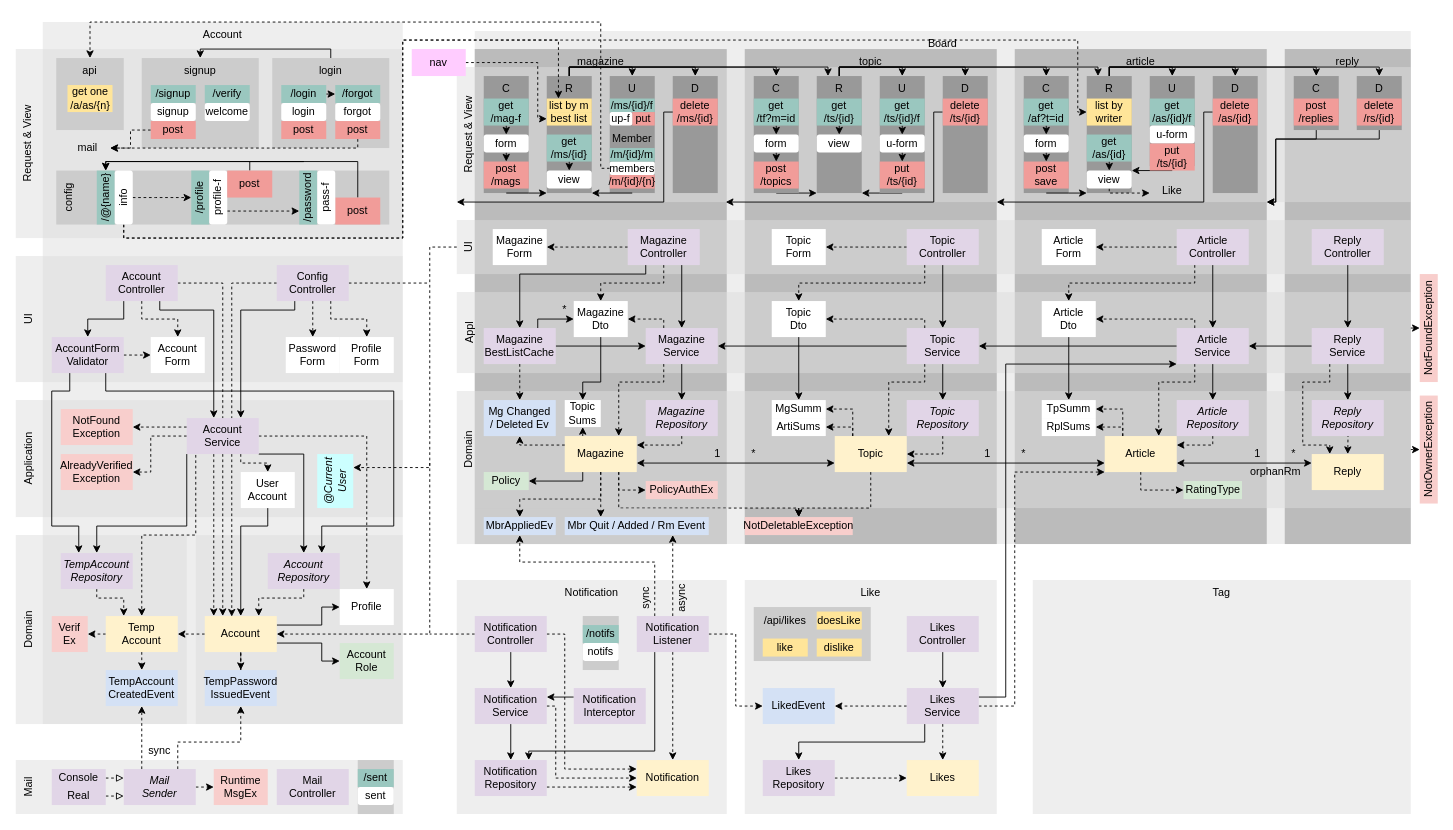
The draw.io diagram diagram.drawio in suloginscene/dinner, before the edit. Source tidied: cells renumbered, new cells numbered last; positions are measured from the earlier drawing's top-left corner, leaving out a move shared by most shapes. Both pictures are drawn from the tidied source at 90%, with x=0, y=0 at pixel (15, 22).
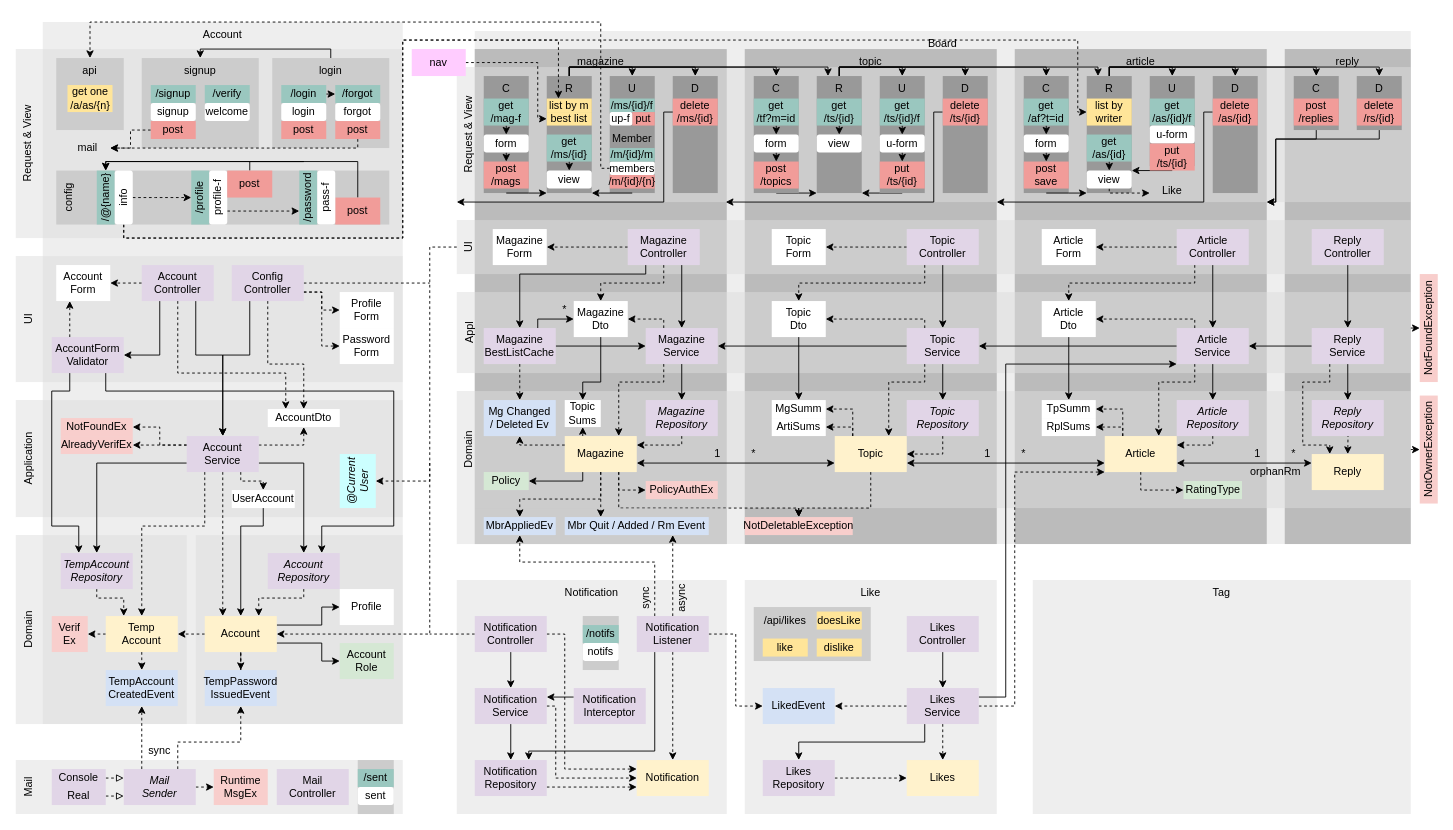
The same diagram, later.

Commit message (it also covers changes not shown here):
[#4] refactor: Account dto

The change refers to these unchanged cells:
```xml
<mxCell id="17" value="UI" style="rounded=0;whiteSpace=wrap;html=1;verticalAlign=top;fillColor=#DDDDDD;strokeColor=none;align=center;horizontal=0;opacity=50;" parent="1" vertex="1">
  <mxGeometry x="490" y="220" width="1060" height="60" as="geometry" />
</mxCell>
<mxCell id="27" value="AccountForm&lt;br&gt;Validator" style="rounded=0;whiteSpace=wrap;html=1;strokeColor=none;fillColor=#E1D5E7;" parent="1" vertex="1">
  <mxGeometry x="40" y="350" width="80" height="40" as="geometry" />
</mxCell>
<mxCell id="32" value="Account" style="rounded=0;whiteSpace=wrap;html=1;strokeColor=none;fillColor=#FFF2CC;" parent="1" vertex="1">
  <mxGeometry x="210" y="660" width="80" height="40" as="geometry" />
</mxCell>
<mxCell id="34" value="&lt;span&gt;Account&lt;br&gt;Repository&lt;/span&gt;" style="rounded=0;whiteSpace=wrap;html=1;strokeColor=none;fillColor=#E1D5E7;fontStyle=2;" parent="1" vertex="1">
  <mxGeometry x="280" y="590" width="80" height="40" as="geometry" />
</mxCell>
<mxCell id="37" value="Temp&lt;br&gt;Account" style="rounded=0;whiteSpace=wrap;html=1;strokeColor=none;fillColor=#FFF2CC;" parent="1" vertex="1">
  <mxGeometry x="100" y="660" width="80" height="40" as="geometry" />
</mxCell>
<mxCell id="39" value="&lt;span&gt;TempAccount&lt;br&gt;Repository&lt;/span&gt;" style="rounded=0;whiteSpace=wrap;html=1;strokeColor=none;fillColor=#E1D5E7;fontStyle=2;" parent="1" vertex="1">
  <mxGeometry x="50" y="590" width="80" height="40" as="geometry" />
</mxCell>
<mxCell id="170" value="Profile" style="rounded=0;whiteSpace=wrap;html=1;strokeColor=none;" parent="1" vertex="1">
  <mxGeometry x="360" y="630" width="60" height="40" as="geometry" />
</mxCell>
```

The edit, as a diff of the source:
```diff
@@
     <mxCell id="23" value="Account&lt;br&gt;Form" style="rounded=0;whiteSpace=wrap;html=1;strokeColor=none;" parent="1" vertex="1">
-      <mxGeometry x="150" y="350" width="60" height="40" as="geometry" />
+      <mxGeometry x="45" y="270" width="60" height="40" as="geometry" />
     </mxCell>
-    <mxCell id="24" style="edgeStyle=orthogonalEdgeStyle;rounded=0;jettySize=auto;html=1;exitX=1;exitY=0.5;exitDx=0;exitDy=0;entryX=0;entryY=0.5;entryDx=0;entryDy=0;dashed=1;" parent="1" edge="1" source="27" target="23">
-      <mxGeometry relative="1" as="geometry" />
-    </mxCell>
@@
+    <mxCell id="24" style="edgeStyle=orthogonalEdgeStyle;rounded=0;jettySize=auto;html=1;exitX=0.25;exitY=0;exitDx=0;exitDy=0;entryX=0.25;entryY=1;entryDx=0;entryDy=0;dashed=1;" parent="1" edge="1" source="27" target="23">
+      <mxGeometry relative="1" as="geometry" />
+    </mxCell>
@@
-    <mxCell id="41" style="edgeStyle=orthogonalEdgeStyle;rounded=0;jettySize=auto;html=1;exitX=0.75;exitY=1;exitDx=0;exitDy=0;" parent="1" edge="1" source="45" target="289">
+    <mxCell id="41" style="edgeStyle=orthogonalEdgeStyle;rounded=0;jettySize=auto;html=1;exitX=0.75;exitY=1;exitDx=0;exitDy=0;entryX=0.5;entryY=0;entryDx=0;entryDy=0;" parent="1" edge="1" source="45" target="289">
       <mxGeometry relative="1" as="geometry">
         <Array as="points">
-          <mxPoint x="160" y="320" />
-          <mxPoint x="220" y="320" />
+          <mxPoint x="200" y="370" />
+          <mxPoint x="230" y="370" />
         </Array>
       </mxGeometry>
     </mxCell>
-    <mxCell id="42" style="edgeStyle=orthogonalEdgeStyle;rounded=0;jettySize=auto;html=1;exitX=0.25;exitY=1;exitDx=0;exitDy=0;entryX=0.5;entryY=0;entryDx=0;entryDy=0;" parent="1" edge="1" source="45" target="27">
+    <mxCell id="42" style="edgeStyle=orthogonalEdgeStyle;rounded=0;jettySize=auto;html=1;exitX=0.25;exitY=1;exitDx=0;exitDy=0;entryX=1;entryY=0.5;entryDx=0;entryDy=0;" parent="1" edge="1" source="45" target="27">
       <mxGeometry relative="1" as="geometry">
         <Array as="points">
-          <mxPoint x="120" y="330" />
-          <mxPoint x="80" y="330" />
+          <mxPoint x="160" y="370" />
         </Array>
       </mxGeometry>
     </mxCell>
-    <mxCell id="43" style="edgeStyle=orthogonalEdgeStyle;rounded=0;jettySize=auto;html=1;exitX=0.5;exitY=1;exitDx=0;exitDy=0;dashed=1;entryX=0.5;entryY=0;entryDx=0;entryDy=0;" parent="1" edge="1" source="45" target="23">
-      <mxGeometry relative="1" as="geometry">
-        <Array as="points">
-          <mxPoint x="140" y="330" />
-          <mxPoint x="180" y="330" />
-        </Array>
-      </mxGeometry>
+    <mxCell id="43" style="edgeStyle=orthogonalEdgeStyle;rounded=0;jettySize=auto;html=1;exitX=0;exitY=0.5;exitDx=0;exitDy=0;entryX=1;entryY=0.5;entryDx=0;entryDy=0;dashed=1;" parent="1" edge="1" source="45" target="23">
+      <mxGeometry relative="1" as="geometry" />
     </mxCell>
-    <mxCell id="44" style="edgeStyle=orthogonalEdgeStyle;rounded=0;jettySize=auto;html=1;exitX=1;exitY=0.5;exitDx=0;exitDy=0;entryX=0.25;entryY=0;entryDx=0;entryDy=0;dashed=1;" parent="1" edge="1" source="45" target="32">
-      <mxGeometry relative="1" as="geometry" />
-    </mxCell>
+    <mxCell id="353" style="edgeStyle=orthogonalEdgeStyle;rounded=0;jettySize=auto;html=1;exitX=0.5;exitY=1;exitDx=0;exitDy=0;entryX=0.25;entryY=0;entryDx=0;entryDy=0;dashed=1;" parent="1" edge="1" source="45" target="356">
+      <mxGeometry relative="1" as="geometry">
+        <Array as="points">
+          <mxPoint x="180" y="390" />
+          <mxPoint x="300" y="390" />
+        </Array>
+      </mxGeometry>
+    </mxCell>
     <mxCell id="45" value="Account&lt;br&gt;Controller" style="rounded=0;whiteSpace=wrap;html=1;strokeColor=none;fillColor=#E1D5E7;" parent="1" vertex="1">
-      <mxGeometry x="100" y="270" width="80" height="40" as="geometry" />
+      <mxGeometry x="140" y="270" width="80" height="40" as="geometry" />
     </mxCell>
-    <mxCell id="46" style="edgeStyle=orthogonalEdgeStyle;rounded=0;jettySize=auto;html=1;exitX=0;exitY=1;exitDx=0;exitDy=0;entryX=0.5;entryY=0;entryDx=0;entryDy=0;" parent="1" edge="1" source="289" target="39">
+    <mxCell id="46" style="edgeStyle=orthogonalEdgeStyle;rounded=0;jettySize=auto;html=1;exitX=0;exitY=0.75;exitDx=0;exitDy=0;entryX=0.5;entryY=0;entryDx=0;entryDy=0;" parent="1" edge="1" source="289" target="39">
       <mxGeometry relative="1" as="geometry">
         <Array as="points">
-          <mxPoint x="190" y="560" />
-          <mxPoint x="90" y="560" />
+          <mxPoint x="90" y="490" />
         </Array>
       </mxGeometry>
     </mxCell>
-    <mxCell id="47" style="edgeStyle=orthogonalEdgeStyle;rounded=0;jettySize=auto;html=1;exitX=1;exitY=1;exitDx=0;exitDy=0;entryX=0.5;entryY=0;entryDx=0;entryDy=0;" parent="1" edge="1" source="289" target="34">
+    <mxCell id="47" style="edgeStyle=orthogonalEdgeStyle;rounded=0;jettySize=auto;html=1;exitX=1;exitY=0.75;exitDx=0;exitDy=0;entryX=0.5;entryY=0;entryDx=0;entryDy=0;" parent="1" edge="1" source="289" target="34">
       <mxGeometry relative="1" as="geometry">
         <Array as="points">
-          <mxPoint x="320" y="480" />
+          <mxPoint x="320" y="490" />
         </Array>
       </mxGeometry>
     </mxCell>
@@
-    <mxCell id="49" style="edgeStyle=orthogonalEdgeStyle;rounded=0;jettySize=auto;html=1;exitX=0;exitY=0.5;exitDx=0;exitDy=0;entryX=1;entryY=0.5;entryDx=0;entryDy=0;dashed=1;endArrow=classic;endFill=1;endSize=6;" parent="1" edge="1" source="289" target="149">
+    <mxCell id="49" style="edgeStyle=orthogonalEdgeStyle;rounded=0;jettySize=auto;html=1;exitX=0;exitY=0.25;exitDx=0;exitDy=0;entryX=1;entryY=0.5;entryDx=0;entryDy=0;dashed=1;endArrow=classic;endFill=1;endSize=6;" parent="1" edge="1" source="289" target="149">
       <mxGeometry relative="1" as="geometry">
         <Array as="points">
-          <mxPoint x="150" y="460" />
-          <mxPoint x="150" y="500" />
+          <mxPoint x="130" y="470" />
         </Array>
       </mxGeometry>
     </mxCell>
-    <mxCell id="50" style="edgeStyle=orthogonalEdgeStyle;rounded=0;jettySize=auto;html=1;exitX=1;exitY=0.5;exitDx=0;exitDy=0;dashed=1;entryX=0.5;entryY=0;entryDx=0;entryDy=0;" parent="1" edge="1" source="289" target="170">
-      <mxGeometry relative="1" as="geometry">
-        <Array as="points">
-          <mxPoint x="390" y="460" />
-        </Array>
-      </mxGeometry>
-    </mxCell>
-    <mxCell id="51" style="edgeStyle=orthogonalEdgeStyle;rounded=0;jettySize=auto;html=1;entryX=0.5;entryY=0;entryDx=0;entryDy=0;dashed=1;" parent="1" edge="1" target="37">
+    <mxCell id="51" style="edgeStyle=orthogonalEdgeStyle;rounded=0;jettySize=auto;html=1;entryX=0.5;entryY=0;entryDx=0;entryDy=0;dashed=1;exitX=0.25;exitY=1;exitDx=0;exitDy=0;" parent="1" edge="1" source="289" target="37">
       <mxGeometry relative="1" as="geometry">
-        <mxPoint x="200" y="481" as="sourcePoint" />
         <Array as="points">
-          <mxPoint x="200" y="570" />
-          <mxPoint x="140" y="570" />
+          <mxPoint x="210" y="560" />
+          <mxPoint x="140" y="560" />
         </Array>
       </mxGeometry>
     </mxCell>
-    <mxCell id="52" style="edgeStyle=orthogonalEdgeStyle;rounded=0;jettySize=auto;html=1;exitX=0.75;exitY=1;exitDx=0;exitDy=0;dashed=1;entryX=0.5;entryY=0;entryDx=0;entryDy=0;" parent="1" edge="1" source="289" target="54">
+    <mxCell id="52" style="edgeStyle=orthogonalEdgeStyle;rounded=0;jettySize=auto;html=1;exitX=0.75;exitY=1;exitDx=0;exitDy=0;dashed=1;" parent="1" edge="1" source="289">
       <mxGeometry relative="1" as="geometry">
+        <mxPoint x="275" y="520" as="targetPoint" />
         <Array as="points">
-          <mxPoint x="250" y="490" />
-          <mxPoint x="280" y="490" />
-          <mxPoint x="280" y="500" />
+          <mxPoint x="250" y="510" />
+          <mxPoint x="275" y="510" />
         </Array>
       </mxGeometry>
     </mxCell>
     <mxCell id="53" style="edgeStyle=orthogonalEdgeStyle;rounded=0;jettySize=auto;html=1;exitX=0.5;exitY=1;exitDx=0;exitDy=0;entryX=0.5;entryY=0;entryDx=0;entryDy=0;" parent="1" edge="1" source="54" target="32">
       <mxGeometry relative="1" as="geometry">
         <Array as="points">
-          <mxPoint x="280" y="560" />
+          <mxPoint x="275" y="560" />
           <mxPoint x="250" y="560" />
         </Array>
       </mxGeometry>
     </mxCell>
-    <mxCell id="54" value="User&lt;br&gt;Account" style="rounded=0;whiteSpace=wrap;html=1;strokeColor=none;" parent="1" vertex="1">
-      <mxGeometry x="250" y="500" width="60" height="40" as="geometry" />
+    <mxCell id="54" value="UserAccount" style="rounded=0;whiteSpace=wrap;html=1;strokeColor=none;" parent="1" vertex="1">
+      <mxGeometry x="240" y="520" width="70" height="20" as="geometry" />
     </mxCell>
@@
-    <mxCell id="111" style="edgeStyle=orthogonalEdgeStyle;rounded=0;jettySize=auto;html=1;exitX=0.25;exitY=1;exitDx=0;exitDy=0;entryX=0.75;entryY=0;entryDx=0;entryDy=0;" parent="1" edge="1" source="116" target="289">
+    <mxCell id="111" style="edgeStyle=orthogonalEdgeStyle;rounded=0;jettySize=auto;html=1;exitX=0.25;exitY=1;exitDx=0;exitDy=0;entryX=0.5;entryY=0;entryDx=0;entryDy=0;" parent="1" edge="1" source="116" target="289">
       <mxGeometry relative="1" as="geometry">
         <Array as="points">
-          <mxPoint x="310" y="320" />
-          <mxPoint x="250" y="320" />
+          <mxPoint x="260" y="370" />
+          <mxPoint x="230" y="370" />
         </Array>
       </mxGeometry>
     </mxCell>
-    <mxCell id="112" style="edgeStyle=orthogonalEdgeStyle;rounded=0;jettySize=auto;html=1;exitX=0.5;exitY=1;exitDx=0;exitDy=0;dashed=1;entryX=0.5;entryY=0;entryDx=0;entryDy=0;" parent="1" edge="1" source="116" target="169">
+    <mxCell id="112" style="edgeStyle=orthogonalEdgeStyle;rounded=0;jettySize=auto;html=1;exitX=1;exitY=0.75;exitDx=0;exitDy=0;dashed=1;entryX=0;entryY=0.5;entryDx=0;entryDy=0;" parent="1" edge="1" source="116" target="169">
       <mxGeometry relative="1" as="geometry">
         <Array as="points">
-          <mxPoint x="330" y="340" />
-          <mxPoint x="330" y="340" />
+          <mxPoint x="340" y="300" />
+          <mxPoint x="340" y="360" />
         </Array>
       </mxGeometry>
     </mxCell>
-    <mxCell id="113" style="edgeStyle=orthogonalEdgeStyle;rounded=0;jettySize=auto;html=1;exitX=0.75;exitY=1;exitDx=0;exitDy=0;dashed=1;" parent="1" edge="1" source="116" target="171">
+    <mxCell id="113" style="edgeStyle=orthogonalEdgeStyle;rounded=0;jettySize=auto;html=1;exitX=1;exitY=0.75;exitDx=0;exitDy=0;dashed=1;entryX=0;entryY=0.5;entryDx=0;entryDy=0;" parent="1" edge="1" source="116" target="171">
       <mxGeometry relative="1" as="geometry">
         <Array as="points">
-          <mxPoint x="350" y="330" />
-          <mxPoint x="390" y="330" />
+          <mxPoint x="340" y="300" />
+          <mxPoint x="340" y="320" />
         </Array>
       </mxGeometry>
     </mxCell>
-    <mxCell id="114" style="edgeStyle=orthogonalEdgeStyle;rounded=0;jettySize=auto;html=1;exitX=0;exitY=0.5;exitDx=0;exitDy=0;entryX=0.375;entryY=0.016;entryDx=0;entryDy=0;entryPerimeter=0;dashed=1;" parent="1" edge="1" source="116" target="32">
-      <mxGeometry relative="1" as="geometry" />
-    </mxCell>
@@
+    <mxCell id="354" style="edgeStyle=orthogonalEdgeStyle;rounded=0;jettySize=auto;html=1;exitX=0.5;exitY=1;exitDx=0;exitDy=0;entryX=0.5;entryY=0;entryDx=0;entryDy=0;dashed=1;" parent="1" edge="1" source="116" target="356">
+      <mxGeometry relative="1" as="geometry">
+        <Array as="points">
+          <mxPoint x="280" y="380" />
+          <mxPoint x="320" y="380" />
+        </Array>
+      </mxGeometry>
+    </mxCell>
     <mxCell id="116" value="Config&lt;br&gt;Controller" style="rounded=0;whiteSpace=wrap;html=1;strokeColor=none;fillColor=#E1D5E7;" parent="1" vertex="1">
-      <mxGeometry x="290" y="270" width="80" height="40" as="geometry" />
+      <mxGeometry x="240" y="270" width="80" height="40" as="geometry" />
     </mxCell>
-    <mxCell id="117" style="edgeStyle=orthogonalEdgeStyle;rounded=0;jettySize=auto;html=1;dashed=1;" parent="1" edge="1" source="289">
-      <mxGeometry relative="1" as="geometry">
-        <mxPoint x="220" y="660" as="targetPoint" />
-        <Array as="points">
-          <mxPoint x="220" y="660" />
-        </Array>
-      </mxGeometry>
+    <mxCell id="117" style="edgeStyle=orthogonalEdgeStyle;rounded=0;jettySize=auto;html=1;dashed=1;exitX=0.5;exitY=1;exitDx=0;exitDy=0;entryX=0.25;entryY=0;entryDx=0;entryDy=0;" parent="1" edge="1" source="289" target="32">
+      <mxGeometry relative="1" as="geometry" />
     </mxCell>
@@
-    <mxCell id="148" value="NotFound&lt;br&gt;Exception" style="rounded=0;whiteSpace=wrap;html=1;strokeColor=none;fillColor=#F8CECC;" parent="1" vertex="1">
-      <mxGeometry x="50" y="430" width="80" height="40" as="geometry" />
+    <mxCell id="148" value="NotFoundEx" style="rounded=0;whiteSpace=wrap;html=1;strokeColor=none;fillColor=#F8CECC;" parent="1" vertex="1">
+      <mxGeometry x="50" y="440" width="80" height="20" as="geometry" />
     </mxCell>
-    <mxCell id="149" value="AlreadyVerified&lt;br&gt;Exception" style="rounded=0;whiteSpace=wrap;html=1;strokeColor=none;fillColor=#F8CECC;" parent="1" vertex="1">
-      <mxGeometry x="50" y="480" width="80" height="40" as="geometry" />
+    <mxCell id="149" value="AlreadyVerifEx" style="rounded=0;whiteSpace=wrap;html=1;strokeColor=none;fillColor=#F8CECC;" parent="1" vertex="1">
+      <mxGeometry x="50" y="460" width="80" height="20" as="geometry" />
     </mxCell>
@@
     <mxCell id="169" value="Password&lt;br&gt;Form" style="rounded=0;whiteSpace=wrap;html=1;strokeColor=none;" parent="1" vertex="1">
-      <mxGeometry x="300" y="350" width="60" height="40" as="geometry" />
+      <mxGeometry x="360" y="340" width="60" height="40" as="geometry" />
     </mxCell>
@@
     <mxCell id="171" value="Profile&lt;br&gt;Form" style="rounded=0;whiteSpace=wrap;html=1;strokeColor=none;" parent="1" vertex="1">
-      <mxGeometry x="360" y="350" width="60" height="40" as="geometry" />
+      <mxGeometry x="360" y="300" width="60" height="40" as="geometry" />
     </mxCell>
@@
     <mxCell id="240" value="@Current&lt;br&gt;User" style="rounded=0;whiteSpace=wrap;html=1;fontStyle=2;horizontal=0;strokeColor=none;fillColor=#CCFFFF;" parent="1" vertex="1">
-      <mxGeometry x="335" y="480" width="40" height="60" as="geometry" />
+      <mxGeometry x="360" y="480" width="40" height="60" as="geometry" />
     </mxCell>
@@
+    <mxCell id="355" style="edgeStyle=orthogonalEdgeStyle;rounded=0;jettySize=auto;html=1;exitX=1;exitY=0.25;exitDx=0;exitDy=0;entryX=0.5;entryY=1;entryDx=0;entryDy=0;dashed=1;" parent="1" edge="1" source="289" target="356">
+      <mxGeometry relative="1" as="geometry" />
+    </mxCell>
     <mxCell id="289" value="Account&lt;br&gt;Service" style="rounded=0;whiteSpace=wrap;html=1;strokeColor=none;fillColor=#E1D5E7;" parent="1" vertex="1">
-      <mxGeometry x="190" y="440" width="80" height="40" as="geometry" />
+      <mxGeometry x="190" y="460" width="80" height="40" as="geometry" />
     </mxCell>
@@
-    <mxCell id="340" style="edgeStyle=orthogonalEdgeStyle;rounded=0;jettySize=auto;html=1;exitX=0;exitY=0.5;exitDx=0;exitDy=0;entryX=1;entryY=0.25;entryDx=0;entryDy=0;dashed=1;" parent="1" edge="1" source="17" target="240">
+    <mxCell id="340" style="edgeStyle=orthogonalEdgeStyle;rounded=0;jettySize=auto;html=1;exitX=0;exitY=0.5;exitDx=0;exitDy=0;dashed=1;" parent="1" edge="1" source="17">
       <mxGeometry relative="1" as="geometry">
+        <mxPoint x="400" y="510" as="targetPoint" />
         <Array as="points">
           <mxPoint x="460" y="250" />
-          <mxPoint x="460" y="495" />
+          <mxPoint x="460" y="510" />
         </Array>
       </mxGeometry>
     </mxCell>
@@
+    <mxCell id="356" value="AccountDto" style="rounded=0;whiteSpace=wrap;html=1;strokeColor=none;" parent="1" vertex="1">
+      <mxGeometry x="280" y="430" width="80" height="20" as="geometry" />
+    </mxCell>
```
